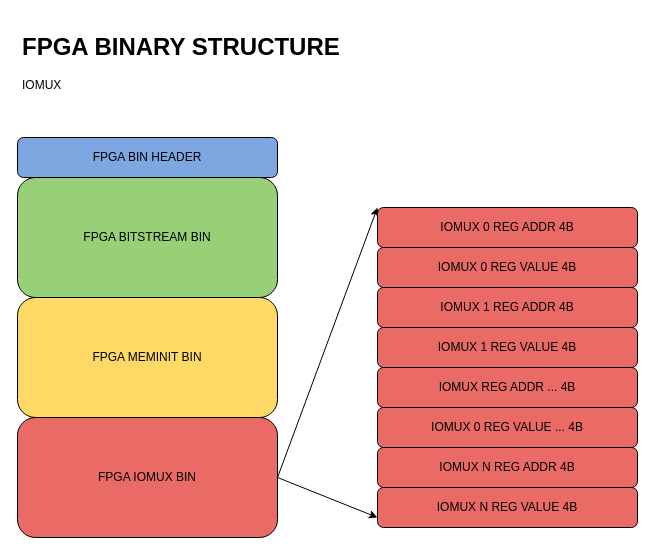
Above: page "iomux" (4 of 4) of qf_apps/qf_bootloader/fpga-bin-structure.drawio in QuickLogic-Corp/qorc-sdk (draw.io), before the change. Source tidied: cells renumbered, new cells numbered last; positions are measured from the earlier drawing's top-left corner, leaving out a move shared by most shapes. Both pictures are drawn from the tidied source at 100%, with x=0, y=0 at pixel (17, 27).
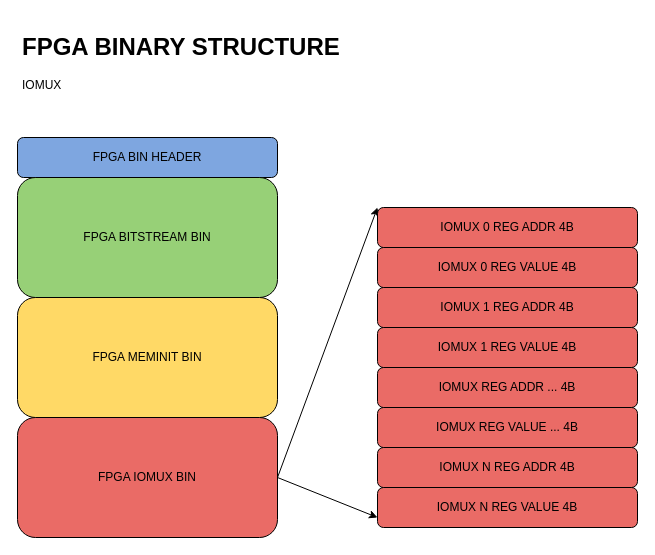
The same page after the edit.

Change to the diagram source:
```diff
@@
 <mxGraphModel>
   <root>
     <mxCell id="0" />
     <mxCell id="1" parent="0" />
     <mxCell id="2" value="&lt;div&gt;FPGA BIN HEADER&lt;/div&gt;" style="rounded=1;whiteSpace=wrap;html=1;fillColor=#7EA6E0;" parent="1" vertex="1">
       <mxGeometry y="110" width="260" height="40" as="geometry" />
     </mxCell>
     <mxCell id="3" value="&lt;div&gt;FPGA BITSTREAM BIN&lt;br&gt;&lt;/div&gt;" style="rounded=1;whiteSpace=wrap;html=1;fillColor=#97D077;" parent="1" vertex="1">
       <mxGeometry y="150" width="260" height="120" as="geometry" />
     </mxCell>
     <mxCell id="4" value="&lt;div&gt;FPGA IOMUX BIN&lt;br&gt;&lt;/div&gt;" style="rounded=1;whiteSpace=wrap;html=1;fillColor=#EA6B66;" parent="1" vertex="1">
       <mxGeometry y="390" width="260" height="120" as="geometry" />
     </mxCell>
     <mxCell id="5" value="&lt;div&gt;FPGA MEMINIT BIN&lt;br&gt;&lt;/div&gt;" style="rounded=1;whiteSpace=wrap;html=1;fillColor=#FFD966;" parent="1" vertex="1">
       <mxGeometry y="270" width="260" height="120" as="geometry" />
     </mxCell>
     <mxCell id="6" value="IOMUX 0 REG VALUE 4B" style="rounded=1;whiteSpace=wrap;html=1;fillColor=#EA6B66;" parent="1" vertex="1">
       <mxGeometry x="360" y="220" width="260" height="40" as="geometry" />
     </mxCell>
     <mxCell id="7" style="endArrow=classic;html=1;exitX=1;exitY=0.5;exitDx=0;exitDy=0;entryX=0;entryY=0;entryDx=0;entryDy=0;" parent="1" edge="1" source="4">
       <mxGeometry relative="1" as="geometry">
         <mxPoint x="360" y="180" as="targetPoint" />
       </mxGeometry>
     </mxCell>
     <mxCell id="8" style="endArrow=classic;html=1;exitX=1;exitY=0.5;exitDx=0;exitDy=0;entryX=0;entryY=0.75;entryDx=0;entryDy=0;" parent="1" edge="1" source="4" target="15">
       <mxGeometry relative="1" as="geometry" />
     </mxCell>
     <mxCell id="9" value="&lt;h1&gt;FPGA BINARY STRUCTURE&lt;br&gt;&lt;/h1&gt;&lt;p&gt;IOMUX&lt;br&gt;&lt;/p&gt;" style="text;html=1;strokeColor=none;fillColor=none;spacing=5;spacingTop=-20;whiteSpace=wrap;overflow=hidden;rounded=0;" parent="1" vertex="1">
       <mxGeometry width="330" height="80" as="geometry" />
     </mxCell>
     <mxCell id="10" value="IOMUX 0 REG ADDR 4B" style="rounded=1;whiteSpace=wrap;html=1;fillColor=#EA6B66;" parent="1" vertex="1">
       <mxGeometry x="360" y="180" width="260" height="40" as="geometry" />
     </mxCell>
     <mxCell id="11" value="IOMUX 1 REG VALUE 4B" style="rounded=1;whiteSpace=wrap;html=1;fillColor=#EA6B66;" parent="1" vertex="1">
       <mxGeometry x="360" y="300" width="260" height="40" as="geometry" />
     </mxCell>
     <mxCell id="12" value="IOMUX 1 REG ADDR 4B" style="rounded=1;whiteSpace=wrap;html=1;fillColor=#EA6B66;" parent="1" vertex="1">
       <mxGeometry x="360" y="260" width="260" height="40" as="geometry" />
     </mxCell>
-    <mxCell id="13" value="IOMUX 0 REG VALUE ... 4B" style="rounded=1;whiteSpace=wrap;html=1;fillColor=#EA6B66;" parent="1" vertex="1">
+    <mxCell id="13" value="IOMUX REG VALUE ... 4B" style="rounded=1;whiteSpace=wrap;html=1;fillColor=#EA6B66;" parent="1" vertex="1">
       <mxGeometry x="360" y="380" width="260" height="40" as="geometry" />
     </mxCell>
     <mxCell id="14" value="IOMUX REG ADDR ... 4B" style="rounded=1;whiteSpace=wrap;html=1;fillColor=#EA6B66;" parent="1" vertex="1">
       <mxGeometry x="360" y="340" width="260" height="40" as="geometry" />
     </mxCell>
     <mxCell id="15" value="IOMUX N REG VALUE 4B" style="rounded=1;whiteSpace=wrap;html=1;fillColor=#EA6B66;" parent="1" vertex="1">
       <mxGeometry x="360" y="460" width="260" height="40" as="geometry" />
     </mxCell>
     <mxCell id="16" value="IOMUX N REG ADDR 4B" style="rounded=1;whiteSpace=wrap;html=1;fillColor=#EA6B66;" parent="1" vertex="1">
       <mxGeometry x="360" y="420" width="260" height="40" as="geometry" />
     </mxCell>
   </root>
 </mxGraphModel>
```
